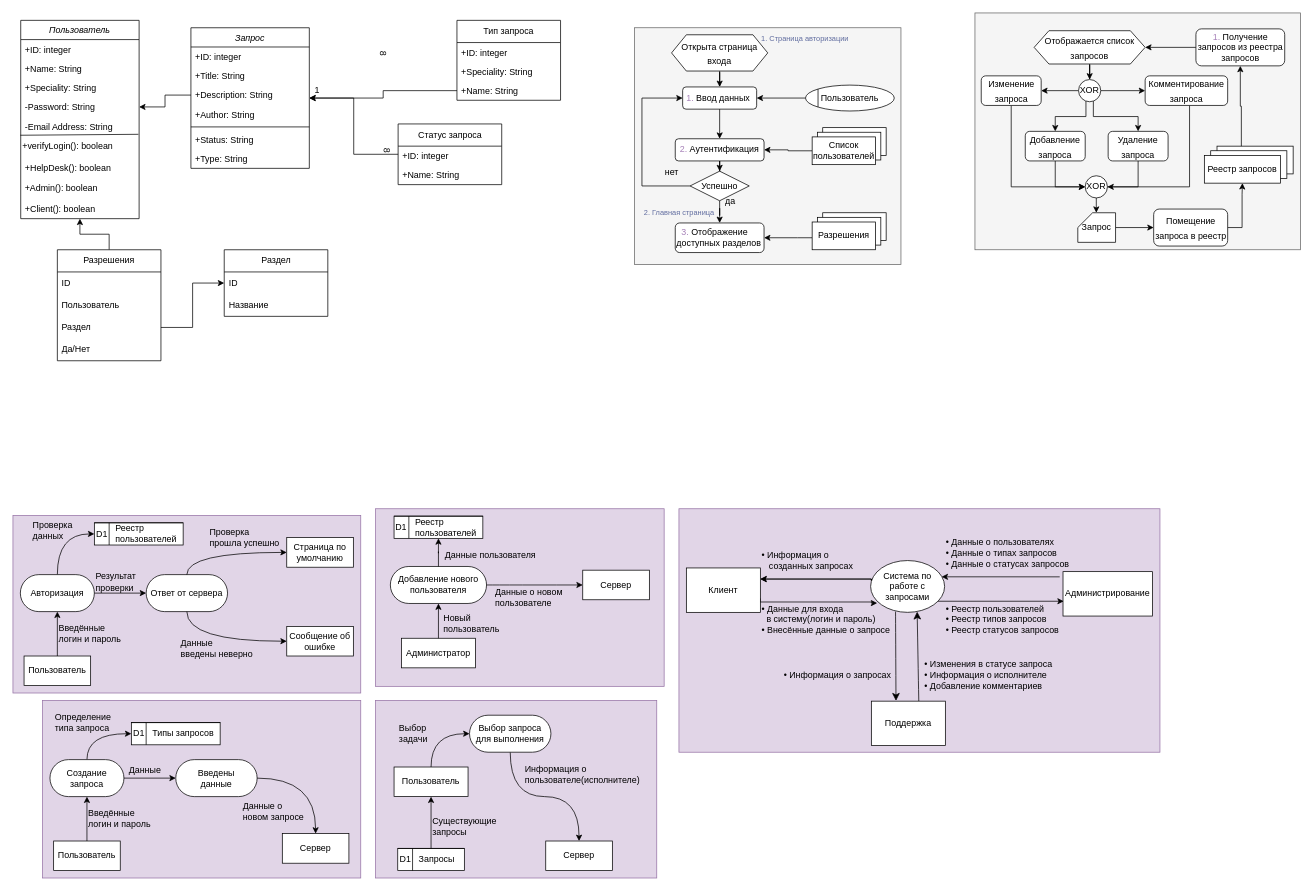
Before: Диаграмма без названия.drawio in Fuamau/BlogProvider, a draw.io diagram. Source tidied: cells renumbered, new cells numbered last; positions are measured from the earlier drawing's top-left corner, leaving out a move shared by most shapes. Both pictures are drawn from the tidied source at 74%, with x=0, y=0 at pixel (13, 13).
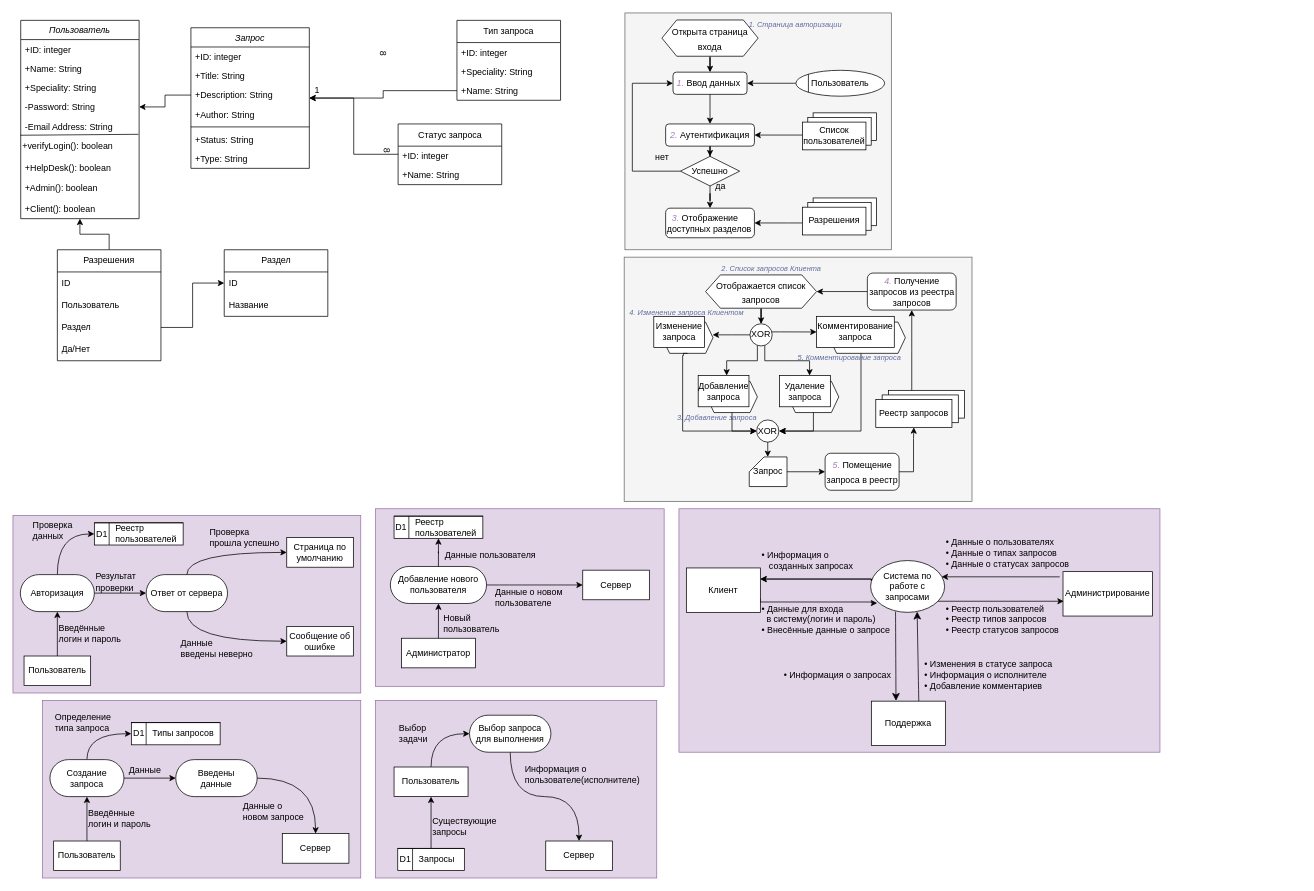
Above is the later version.

Unchanged cells that the change refers to:
```xml
<mxCell id="136" value="Список пользователей" style="rounded=0;whiteSpace=wrap;html=1;" parent="133" vertex="1">
  <mxGeometry y="12.5" width="85.7" height="37.5" as="geometry" />
</mxCell>
<mxCell id="158" style="rounded=0;whiteSpace=wrap;html=1;" parent="157" vertex="1">
  <mxGeometry x="17.1" width="102.9" height="37.5" as="geometry" />
</mxCell>
<mxCell id="160" value="Реестр запросов" style="rounded=0;whiteSpace=wrap;html=1;" parent="157" vertex="1">
  <mxGeometry y="12.5" width="102.9" height="37.5" as="geometry" />
</mxCell>
```

What changed in the source:
```diff
@@
-    <mxCell id="2" style="text;strokeColor=#666666;fillColor=#f5f5f5;align=left;verticalAlign=middle;spacingTop=-1;spacingLeft=4;spacingRight=4;labelPosition=right;fontColor=#333333;" parent="1" vertex="1">
-      <mxGeometry x="1300" width="440" height="320" as="geometry" />
-    </mxCell>
@@
     <mxCell id="113" style="group;" parent="1" vertex="1">
-      <mxGeometry x="840" y="20" width="360" height="320" as="geometry" />
+      <mxGeometry x="827" width="360" height="320" as="geometry" />
     </mxCell>
@@
-    <mxCell id="116" value="&amp;nbsp;&lt;font color=&quot;#a680b8&quot;&gt;1.&lt;/font&gt; Ввод данных" style="rounded=1;whiteSpace=wrap;html=1;align=left;" parent="113" vertex="1">
+    <mxCell id="116" value="&amp;nbsp;&lt;font color=&quot;#a680b8&quot;&gt;&lt;i&gt;1.&lt;/i&gt;&lt;/font&gt; Ввод данных" style="rounded=1;whiteSpace=wrap;html=1;align=left;" parent="113" vertex="1">
       <mxGeometry x="65" y="80" width="100" height="30" as="geometry" />
     </mxCell>
@@
-    <mxCell id="119" value="&lt;font color=&quot;#a680b8&quot;&gt;2.&lt;/font&gt; Аутентификация" style="rounded=1;whiteSpace=wrap;html=1;" parent="113" vertex="1">
+    <mxCell id="119" value="&lt;font color=&quot;#a680b8&quot;&gt;&lt;i&gt;2.&lt;/i&gt;&lt;/font&gt; Аутентификация" style="rounded=1;whiteSpace=wrap;html=1;" parent="113" vertex="1">
       <mxGeometry x="55" y="150" width="120" height="30" as="geometry" />
     </mxCell>
@@
     <mxCell id="124" style="edgeStyle=orthogonalEdgeStyle;rounded=0;jettySize=auto;html=1;entryX=1;entryY=0.5;entryDx=0;entryDy=0;" parent="113" edge="1" source="136" target="119">
-      <mxGeometry relative="1" as="geometry" />
+      <mxGeometry relative="1" as="geometry">
+        <Array as="points">
+          <mxPoint x="223" y="165" />
+          <mxPoint x="223" y="165" />
+        </Array>
+      </mxGeometry>
     </mxCell>
@@
-    <mxCell id="128" value="&lt;font color=&quot;#a680b8&quot;&gt;&amp;nbsp; 3.&lt;/font&gt;&amp;nbsp;Отображение доступных разделов" style="rounded=1;whiteSpace=wrap;html=1;align=left;" parent="113" vertex="1">
+    <mxCell id="128" value="&lt;font color=&quot;#a680b8&quot;&gt;&amp;nbsp; &lt;i&gt;3.&lt;/i&gt;&lt;/font&gt;&lt;i&gt;&amp;nbsp;&lt;/i&gt;Отображение доступных разделов" style="rounded=1;whiteSpace=wrap;html=1;align=left;" parent="113" vertex="1">
       <mxGeometry x="55" y="263.8" width="120" height="40" as="geometry" />
     </mxCell>
@@
-    <mxCell id="132" value="&lt;font color=&quot;#606c9f&quot; style=&quot;font-size: 10px;&quot;&gt;1. Страница авторизации&lt;/font&gt;" style="text;html=1;align=center;verticalAlign=middle;strokeColor=none;fillColor=none;" parent="113" vertex="1">
-      <mxGeometry x="160" width="140" height="30" as="geometry" />
+    <mxCell id="132" value="&lt;font color=&quot;#606c9f&quot; style=&quot;font-size: 10px;&quot;&gt;&lt;i&gt;1. Страница авторизации&lt;/i&gt;&lt;/font&gt;" style="text;html=1;align=center;verticalAlign=middle;strokeColor=none;fillColor=none;" parent="113" vertex="1">
+      <mxGeometry x="155" width="150" height="30" as="geometry" />
     </mxCell>
@@
-    <mxCell id="141" value="&lt;font color=&quot;#606c9f&quot; style=&quot;font-size: 10px;&quot;&gt;2. Главная страница&lt;/font&gt;" style="text;html=1;align=center;verticalAlign=middle;strokeColor=none;fillColor=none;" parent="113" vertex="1">
-      <mxGeometry y="233.8" width="120" height="30" as="geometry" />
-    </mxCell>
@@
-    <mxCell id="153" style="edgeStyle=orthogonalEdgeStyle;rounded=0;jettySize=auto;html=1;entryX=0.5;entryY=0;entryDx=0;entryDy=0;" parent="1" edge="1" source="154" target="165">
-      <mxGeometry relative="1" as="geometry" />
-    </mxCell>
+    <mxCell id="181" style="group;" parent="1" vertex="1">
+      <mxGeometry x="820" y="330" width="476" height="330" as="geometry" />
+    </mxCell>
+    <mxCell id="2" style="text;strokeColor=#666666;fillColor=#f5f5f5;align=left;verticalAlign=middle;spacingTop=-1;spacingLeft=4;spacingRight=4;labelPosition=right;fontColor=#333333;" parent="181" vertex="1">
+      <mxGeometry x="6" width="470" height="330" as="geometry" />
+    </mxCell>
-    <mxCell id="154" value="&lt;font style=&quot;font-size: 12px;&quot;&gt;Отображается список запросов&lt;/font&gt;" style="shape=hexagon;perimeter=hexagonPerimeter2;whiteSpace=wrap;html=1;fixedSize=1;fontSize=16;" parent="1" vertex="1">
-      <mxGeometry x="1380" y="24" width="150" height="45" as="geometry" />
+    <mxCell id="154" value="&lt;font style=&quot;font-size: 12px;&quot;&gt;Отображается список запросов&lt;/font&gt;" style="shape=hexagon;perimeter=hexagonPerimeter2;whiteSpace=wrap;html=1;fixedSize=1;fontSize=16;" parent="181" vertex="1">
+      <mxGeometry x="116" y="24" width="150" height="45" as="geometry" />
     </mxCell>
-    <mxCell id="155" style="edgeStyle=orthogonalEdgeStyle;rounded=0;jettySize=auto;html=1;entryX=1;entryY=0.5;entryDx=0;entryDy=0;" parent="1" edge="1" source="156" target="154">
+    <mxCell id="155" style="edgeStyle=orthogonalEdgeStyle;rounded=0;jettySize=auto;html=1;entryX=1;entryY=0.5;entryDx=0;entryDy=0;" parent="181" edge="1" source="156" target="154">
       <mxGeometry relative="1" as="geometry" />
     </mxCell>
-    <mxCell id="156" value="&lt;font color=&quot;#a680b8&quot;&gt;1.&lt;/font&gt; Получение запросов из реестра запросов" style="rounded=1;whiteSpace=wrap;html=1;" parent="1" vertex="1">
-      <mxGeometry x="1598.6" y="21.5" width="120" height="50" as="geometry" />
+    <mxCell id="156" value="&lt;font color=&quot;#a680b8&quot;&gt;&lt;i&gt;4.&lt;/i&gt;&lt;/font&gt; Получение запросов из реестра запросов" style="rounded=1;whiteSpace=wrap;html=1;" parent="181" vertex="1">
+      <mxGeometry x="334.6" y="21.5" width="120" height="50" as="geometry" />
     </mxCell>
-    <mxCell id="157" style="group;" parent="1" vertex="1">
-      <mxGeometry x="1610" y="180" width="120" height="50" as="geometry" />
+    <mxCell id="157" style="group;" parent="181" vertex="1">
+      <mxGeometry x="346" y="180" width="120" height="50" as="geometry" />
     </mxCell>
@@
-    <mxCell id="161" style="edgeStyle=orthogonalEdgeStyle;rounded=0;jettySize=auto;html=1;entryX=1;entryY=0.5;entryDx=0;entryDy=0;" parent="1" edge="1" source="165" target="167">
-      <mxGeometry relative="1" as="geometry" />
+    <mxCell id="161" style="edgeStyle=orthogonalEdgeStyle;rounded=0;jettySize=auto;html=1;entryX=1;entryY=0.5;entryDx=0;entryDy=0;" parent="181" edge="1" source="165">
+      <mxGeometry relative="1" as="geometry">
+        <mxPoint x="125.5" y="105" as="targetPoint" />
+      </mxGeometry>
     </mxCell>
-    <mxCell id="162" style="edgeStyle=orthogonalEdgeStyle;rounded=0;jettySize=auto;html=1;" parent="1" edge="1" source="165" target="173">
-      <mxGeometry relative="1" as="geometry" />
-    </mxCell>
-    <mxCell id="163" style="edgeStyle=orthogonalEdgeStyle;rounded=0;jettySize=auto;html=1;entryX=0.5;entryY=0;entryDx=0;entryDy=0;" parent="1" edge="1" source="165" target="169">
+    <mxCell id="163" style="edgeStyle=orthogonalEdgeStyle;rounded=0;jettySize=auto;html=1;entryX=0.5;entryY=0;entryDx=0;entryDy=0;" parent="181" edge="1" source="165">
       <mxGeometry relative="1" as="geometry">
+        <mxPoint x="144.5" y="160" as="targetPoint" />
         <Array as="points">
-          <mxPoint x="1450" y="140" />
-          <mxPoint x="1409" y="140" />
+          <mxPoint x="186" y="140" />
+          <mxPoint x="145" y="140" />
         </Array>
       </mxGeometry>
     </mxCell>
-    <mxCell id="164" style="edgeStyle=orthogonalEdgeStyle;rounded=0;jettySize=auto;html=1;entryX=0.5;entryY=0;entryDx=0;entryDy=0;" parent="1" edge="1" source="165" target="171">
+    <mxCell id="164" style="edgeStyle=orthogonalEdgeStyle;rounded=0;jettySize=auto;html=1;entryX=0.5;entryY=0;entryDx=0;entryDy=0;" parent="181" edge="1" source="165">
       <mxGeometry relative="1" as="geometry">
+        <mxPoint x="256.5" y="160" as="targetPoint" />
         <Array as="points">
-          <mxPoint x="1460" y="140" />
-          <mxPoint x="1521" y="140" />
+          <mxPoint x="196" y="140" />
+          <mxPoint x="257" y="140" />
         </Array>
       </mxGeometry>
     </mxCell>
-    <mxCell id="165" value="XOR" style="ellipse;whiteSpace=wrap;html=1;" parent="1" vertex="1">
-      <mxGeometry x="1440" y="90" width="30" height="30" as="geometry" />
+    <mxCell id="165" value="XOR" style="ellipse;whiteSpace=wrap;html=1;" parent="181" vertex="1">
+      <mxGeometry x="176" y="90" width="30" height="30" as="geometry" />
     </mxCell>
-    <mxCell id="166" style="edgeStyle=orthogonalEdgeStyle;rounded=0;jettySize=auto;html=1;entryX=0;entryY=0.5;entryDx=0;entryDy=0;" parent="1" edge="1" source="167" target="175">
-      <mxGeometry relative="1" as="geometry">
-        <Array as="points">
-          <mxPoint x="1349" y="235" />
-        </Array>
-      </mxGeometry>
-    </mxCell>
-    <mxCell id="167" value="&lt;font style=&quot;font-size: 12px;&quot;&gt;Изменение запроса&lt;/font&gt;" style="rounded=1;whiteSpace=wrap;html=1;fontSize=16;" parent="1" vertex="1">
-      <mxGeometry x="1308.5" y="85" width="81" height="40" as="geometry" />
-    </mxCell>
-    <mxCell id="168" style="edgeStyle=orthogonalEdgeStyle;rounded=0;jettySize=auto;html=1;exitX=0.5;exitY=1;exitDx=0;exitDy=0;entryX=0;entryY=0.5;entryDx=0;entryDy=0;" parent="1" edge="1" source="169" target="175">
-      <mxGeometry relative="1" as="geometry" />
-    </mxCell>
-    <mxCell id="169" value="&lt;font style=&quot;font-size: 12px;&quot;&gt;Добавление запроса&lt;/font&gt;" style="rounded=1;whiteSpace=wrap;html=1;fontSize=16;" parent="1" vertex="1">
-      <mxGeometry x="1368" y="160" width="81" height="40" as="geometry" />
-    </mxCell>
-    <mxCell id="170" style="edgeStyle=orthogonalEdgeStyle;rounded=0;jettySize=auto;html=1;entryX=1;entryY=0;entryDx=0;entryDy=0;" parent="1" edge="1" source="171" target="175">
-      <mxGeometry relative="1" as="geometry">
-        <Array as="points">
-          <mxPoint x="1520" y="235" />
-          <mxPoint x="1475" y="235" />
-        </Array>
-      </mxGeometry>
-    </mxCell>
-    <mxCell id="171" value="&lt;font style=&quot;font-size: 12px;&quot;&gt;Удаление запроса&lt;/font&gt;" style="rounded=1;whiteSpace=wrap;html=1;fontSize=16;" parent="1" vertex="1">
-      <mxGeometry x="1480" y="160" width="81" height="40" as="geometry" />
-    </mxCell>
+    <mxCell id="153" style="edgeStyle=orthogonalEdgeStyle;rounded=0;jettySize=auto;html=1;entryX=0.5;entryY=0;entryDx=0;entryDy=0;" parent="181" edge="1" source="154" target="165">
+      <mxGeometry relative="1" as="geometry" />
+    </mxCell>
-    <mxCell id="172" style="edgeStyle=orthogonalEdgeStyle;rounded=0;jettySize=auto;html=1;entryX=1;entryY=0.5;entryDx=0;entryDy=0;" parent="1" edge="1" source="173" target="175">
+    <mxCell id="172" style="edgeStyle=orthogonalEdgeStyle;rounded=0;jettySize=auto;html=1;entryX=1;entryY=0.5;entryDx=0;entryDy=0;" parent="181" edge="1" target="175">
       <mxGeometry relative="1" as="geometry">
+        <mxPoint x="326" y="130" as="sourcePoint" />
         <Array as="points">
-          <mxPoint x="1590" y="235" />
+          <mxPoint x="326" y="235" />
         </Array>
       </mxGeometry>
     </mxCell>
-    <mxCell id="173" value="&lt;font style=&quot;font-size: 12px;&quot;&gt;Комментирование запроса&lt;/font&gt;" style="rounded=1;whiteSpace=wrap;html=1;fontSize=16;" parent="1" vertex="1">
-      <mxGeometry x="1530" y="85" width="111.5" height="40" as="geometry" />
-    </mxCell>
+    <mxCell id="175" value="XOR" style="ellipse;whiteSpace=wrap;html=1;" parent="181" vertex="1">
+      <mxGeometry x="185" y="220" width="30" height="30" as="geometry" />
+    </mxCell>
+    <mxCell id="177" value="Запрос" style="shape=card;whiteSpace=wrap;html=1;size=20;" parent="181" vertex="1">
+      <mxGeometry x="175" y="270" width="51" height="40" as="geometry" />
+    </mxCell>
-    <mxCell id="174" style="edgeStyle=orthogonalEdgeStyle;rounded=0;jettySize=auto;html=1;" parent="1" edge="1" source="175" target="177">
+    <mxCell id="174" style="edgeStyle=orthogonalEdgeStyle;rounded=0;jettySize=auto;html=1;" parent="181" edge="1" source="175" target="177">
       <mxGeometry relative="1" as="geometry" />
     </mxCell>
-    <mxCell id="175" value="XOR" style="ellipse;whiteSpace=wrap;html=1;" parent="1" vertex="1">
-      <mxGeometry x="1449" y="220" width="30" height="30" as="geometry" />
-    </mxCell>
-    <mxCell id="176" style="edgeStyle=orthogonalEdgeStyle;rounded=0;jettySize=auto;html=1;entryX=0;entryY=0.5;entryDx=0;entryDy=0;" parent="1" edge="1" source="177" target="180">
-      <mxGeometry relative="1" as="geometry" />
-    </mxCell>
-    <mxCell id="177" value="Запрос" style="shape=card;whiteSpace=wrap;html=1;size=20;" parent="1" vertex="1">
-      <mxGeometry x="1439" y="270" width="51" height="40" as="geometry" />
-    </mxCell>
-    <mxCell id="178" style="edgeStyle=orthogonalEdgeStyle;rounded=0;jettySize=auto;html=1;entryX=0.5;entryY=1;entryDx=0;entryDy=0;" parent="1" edge="1" source="158" target="156">
+    <mxCell id="178" style="edgeStyle=orthogonalEdgeStyle;rounded=0;jettySize=auto;html=1;entryX=0.5;entryY=1;entryDx=0;entryDy=0;" parent="181" edge="1" source="158" target="156">
       <mxGeometry relative="1" as="geometry">
         <Array as="points">
-          <mxPoint x="1660" y="126" />
-          <mxPoint x="1659" y="126" />
+          <mxPoint x="395" y="126" />
         </Array>
       </mxGeometry>
     </mxCell>
-    <mxCell id="179" style="edgeStyle=orthogonalEdgeStyle;rounded=0;jettySize=auto;html=1;entryX=0.5;entryY=1;entryDx=0;entryDy=0;" parent="1" edge="1" source="180" target="160">
+    <mxCell id="179" style="edgeStyle=orthogonalEdgeStyle;rounded=0;jettySize=auto;html=1;entryX=0.5;entryY=1;entryDx=0;entryDy=0;" parent="181" edge="1" source="180" target="160">
       <mxGeometry relative="1" as="geometry">
         <Array as="points">
-          <mxPoint x="1661" y="290" />
-          <mxPoint x="1661" y="245" />
+          <mxPoint x="397" y="290" />
+          <mxPoint x="397" y="245" />
         </Array>
       </mxGeometry>
     </mxCell>
-    <mxCell id="180" value="&lt;font style=&quot;font-size: 12px;&quot;&gt;Помещение запроса в реестр&lt;/font&gt;" style="rounded=1;whiteSpace=wrap;html=1;fontSize=16;" parent="1" vertex="1">
-      <mxGeometry x="1541.5" y="265" width="100" height="50" as="geometry" />
+    <mxCell id="180" value="&lt;font style=&quot;font-size: 12px;&quot;&gt;&lt;font color=&quot;#a680b8&quot;&gt;&lt;i&gt;5.&lt;/i&gt;&lt;/font&gt; Помещение запроса в реестр&lt;/font&gt;" style="rounded=1;whiteSpace=wrap;html=1;fontSize=16;" parent="181" vertex="1">
+      <mxGeometry x="277.5" y="265" width="100" height="50" as="geometry" />
     </mxCell>
+    <mxCell id="176" style="edgeStyle=orthogonalEdgeStyle;rounded=0;jettySize=auto;html=1;entryX=0;entryY=0.5;entryDx=0;entryDy=0;" parent="181" edge="1" source="177" target="180">
+      <mxGeometry relative="1" as="geometry" />
+    </mxCell>
+    <mxCell id="182" style="group;" parent="181" vertex="1">
+      <mxGeometry x="46" y="80" width="80" height="50" as="geometry" />
+    </mxCell>
+    <mxCell id="183" style="shape=hexagon;perimeter=hexagonPerimeter2;whiteSpace=wrap;html=1;fixedSize=1;fontSize=16;size=10;" parent="182" vertex="1">
+      <mxGeometry x="11.4" y="7.8" width="68.6" height="42.2" as="geometry" />
+    </mxCell>
+    <mxCell id="167" value="Изменение запроса" style="whiteSpace=wrap;html=1;" parent="182" vertex="1">
+      <mxGeometry width="68.6" height="42.2" as="geometry" />
+    </mxCell>
+    <mxCell id="166" style="edgeStyle=orthogonalEdgeStyle;rounded=0;jettySize=auto;html=1;entryX=0;entryY=0.5;entryDx=0;entryDy=0;exitX=0.5;exitY=1;exitDx=0;exitDy=0;" parent="181" edge="1" source="183" target="175">
+      <mxGeometry relative="1" as="geometry">
+        <Array as="points">
+          <mxPoint x="86" y="130" />
+          <mxPoint x="86" y="133" />
+          <mxPoint x="85" y="133" />
+          <mxPoint x="85" y="235" />
+        </Array>
+      </mxGeometry>
+    </mxCell>
+    <mxCell id="184" style="group;" parent="181" vertex="1">
+      <mxGeometry x="106" y="160" width="120" height="72.2" as="geometry" />
+    </mxCell>
+    <mxCell id="185" style="shape=hexagon;perimeter=hexagonPerimeter2;whiteSpace=wrap;html=1;fixedSize=1;fontSize=16;size=10;" parent="184" vertex="1">
+      <mxGeometry x="11.4" y="7.8" width="68.6" height="42.2" as="geometry" />
+    </mxCell>
+    <mxCell id="169" value="Добавление запроса" style="whiteSpace=wrap;html=1;" parent="184" vertex="1">
+      <mxGeometry width="68.6" height="42.2" as="geometry" />
+    </mxCell>
+    <mxCell id="186" value="&lt;font color=&quot;#606c9f&quot; style=&quot;font-size: 10px;&quot;&gt;&lt;i&gt;3. Добавление запроса&lt;/i&gt;&lt;/font&gt;" style="text;html=1;align=center;verticalAlign=middle;strokeColor=none;fillColor=none;" parent="184" vertex="1">
+      <mxGeometry x="-40" y="42.2" width="130" height="30" as="geometry" />
+    </mxCell>
+    <mxCell id="168" style="edgeStyle=orthogonalEdgeStyle;rounded=0;jettySize=auto;html=1;exitX=0.5;exitY=1;exitDx=0;exitDy=0;entryX=0;entryY=0.5;entryDx=0;entryDy=0;" parent="181" edge="1" source="185" target="175">
+      <mxGeometry relative="1" as="geometry" />
+    </mxCell>
+    <mxCell id="187" style="group;" parent="181" vertex="1">
+      <mxGeometry x="216" y="160" width="80" height="50" as="geometry" />
+    </mxCell>
+    <mxCell id="188" style="shape=hexagon;perimeter=hexagonPerimeter2;whiteSpace=wrap;html=1;fixedSize=1;fontSize=16;size=10;" parent="187" vertex="1">
+      <mxGeometry x="11.4" y="7.8" width="68.6" height="42.2" as="geometry" />
+    </mxCell>
+    <mxCell id="171" value="Удаление запроса" style="whiteSpace=wrap;html=1;" parent="187" vertex="1">
+      <mxGeometry width="68.6" height="42.2" as="geometry" />
+    </mxCell>
+    <mxCell id="170" style="edgeStyle=orthogonalEdgeStyle;rounded=0;jettySize=auto;html=1;exitX=0.5;exitY=1;exitDx=0;exitDy=0;" parent="181" edge="1" source="188">
+      <mxGeometry relative="1" as="geometry">
+        <mxPoint x="216" y="235" as="targetPoint" />
+        <Array as="points">
+          <mxPoint x="262" y="235" />
+        </Array>
+      </mxGeometry>
+    </mxCell>
+    <mxCell id="189" style="group;" parent="181" vertex="1">
+      <mxGeometry x="266" y="80" width="120" height="50" as="geometry" />
+    </mxCell>
+    <mxCell id="190" style="shape=hexagon;perimeter=hexagonPerimeter2;whiteSpace=wrap;html=1;fixedSize=1;fontSize=16;size=10;" parent="189" vertex="1">
+      <mxGeometry x="17.1" y="7.8" width="102.9" height="42.2" as="geometry" />
+    </mxCell>
+    <mxCell id="173" value="Комментирование запроса" style="whiteSpace=wrap;html=1;" parent="189" vertex="1">
+      <mxGeometry width="105" height="42.2" as="geometry" />
+    </mxCell>
+    <mxCell id="191" value="&lt;font color=&quot;#606c9f&quot; style=&quot;font-size: 10px;&quot;&gt;&lt;i&gt;2. Список запросов Клиента&amp;nbsp;&lt;/i&gt;&lt;/font&gt;" style="text;html=1;align=center;verticalAlign=middle;strokeColor=none;fillColor=none;" parent="181" vertex="1">
+      <mxGeometry x="126" width="160" height="30" as="geometry" />
+    </mxCell>
+    <mxCell id="192" value="&lt;font color=&quot;#606c9f&quot; style=&quot;font-size: 10px;&quot;&gt;&lt;i&gt;4. Изменение запроса Клиентом&lt;/i&gt;&lt;/font&gt;" style="text;html=1;align=center;verticalAlign=middle;strokeColor=none;fillColor=none;" parent="181" vertex="1">
+      <mxGeometry y="60" width="180" height="30" as="geometry" />
+    </mxCell>
+    <mxCell id="193" value="&lt;font color=&quot;#606c9f&quot; style=&quot;font-size: 10px;&quot;&gt;&lt;i&gt;5. Комментирование запроса&lt;/i&gt;&lt;/font&gt;" style="text;html=1;align=center;verticalAlign=middle;strokeColor=none;fillColor=none;" parent="181" vertex="1">
+      <mxGeometry x="230" y="120" width="160" height="30" as="geometry" />
+    </mxCell>
+    <mxCell id="162" style="edgeStyle=orthogonalEdgeStyle;rounded=0;jettySize=auto;html=1;entryX=0;entryY=0.5;entryDx=0;entryDy=0;" parent="181" edge="1" source="165" target="173">
+      <mxGeometry relative="1" as="geometry">
+        <Array as="points">
+          <mxPoint x="216" y="101" />
+          <mxPoint x="216" y="101" />
+        </Array>
+      </mxGeometry>
+    </mxCell>
```
